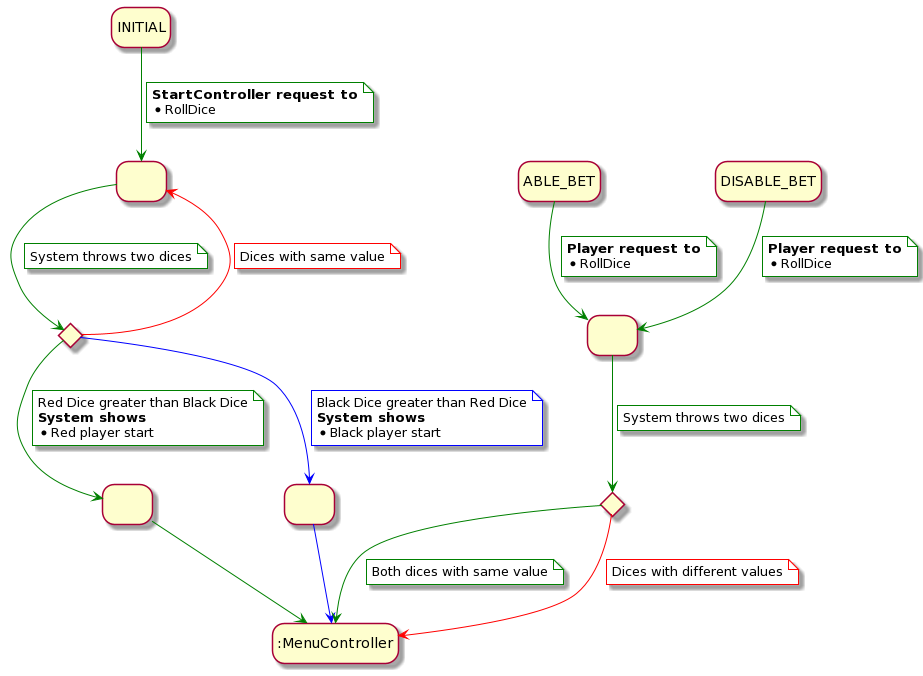
This is rup/usecase/roll_dice.png from USantaTecla-game-backgammon/backgammon, a PlantUML export, as it was before one commit.
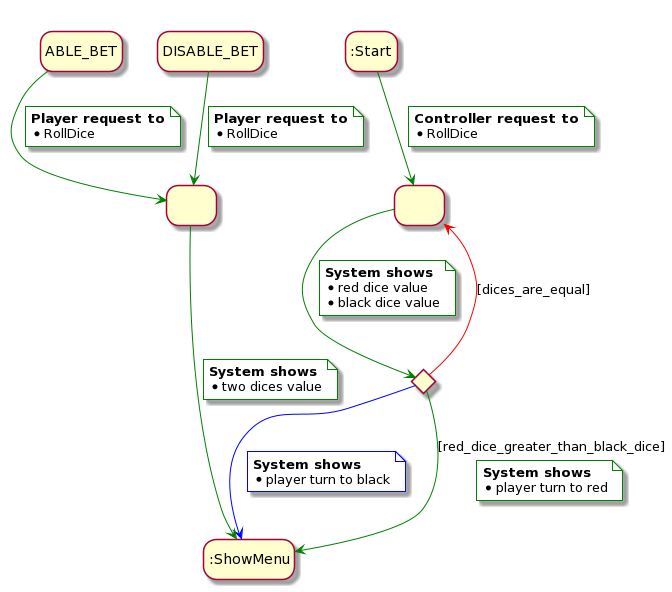
Later version of the same file.

What changed in the source:
```diff
@@ -1,72 +1,55 @@
 @startuml
 hide empty description
 
-state INITIAL
+state 1 as " "
+state 2 as " "
+state dices_equal as " " <<choice>>
 
-state 1 as " "
-state 2 as " " <<choice>>
-state 3 as " "
-state 4 as " "
-state 5 as " "
-state 6 as " " <<choice>>
-
-INITIAL -[#green]-> 1
+:Start -[#green]-> 1
 note on link #white
-    <b>StartController request to</b>
+    <b>Controller request to</b>
     * RollDice
 end note
 
-1 -[#green]-> 2
+1 -[#green]-> dices_equal
 note on link #white
-    System throws two dices
+    <b>System shows</b>
+    * red dice value
+    * black dice value
 end note
 
-2 -[#red]-> 1
+dices_equal -[#red]-> 1 : [dices_are_equal]
+
+dices_equal -[#green]-> :ShowMenu : [red_dice_greater_than_black_dice]
 note on link #white
-    Dices with same value
+    <b>System shows</b>
+    * player turn to red
 end note
 
-2 -[#green]-> 3
+dices_equal -[#blue]-> :ShowMenu
 note on link #white
-    Red Dice greater than Black Dice
     <b>System shows</b>
-    * Red player start
+    * player turn to black
 end note
 
-2 -[#blue]-> 4
-note on link #white
-    Black Dice greater than Red Dice
-    <b>System shows</b>
-    * Black player start
-end note
-
-3 -[#green]-> :MenuController
-4 -[#blue]-> :MenuController
-
-ABLE_BET -[#green]-> 5
+ABLE_BET -[#green]-> 2
 note on link #white
     <b>Player request to</b>
     * RollDice
 end note
 
-DISABLE_BET -[#green]-> 5
+DISABLE_BET -[#green]-> 2
 note on link #white
     <b>Player request to</b>
     * RollDice
 end note
 
-5 -[#green]-> 6
+2 -[#green]-> :ShowMenu
 note on link #white
-    System throws two dices
+    <b>System shows</b>
+    * two dices value
 end note
 
-6 -[#green]-> :MenuController
-note on link #white
-    Both dices with same value
-end note
-
-6 -[#red]-> :MenuController
-note on link #white
-    Dices with different values
-end note
+ABLE_BET -[hidden]right-> DISABLE_BET
+ABLE_BET -[hidden]right-> :Start
 @enduml
```
